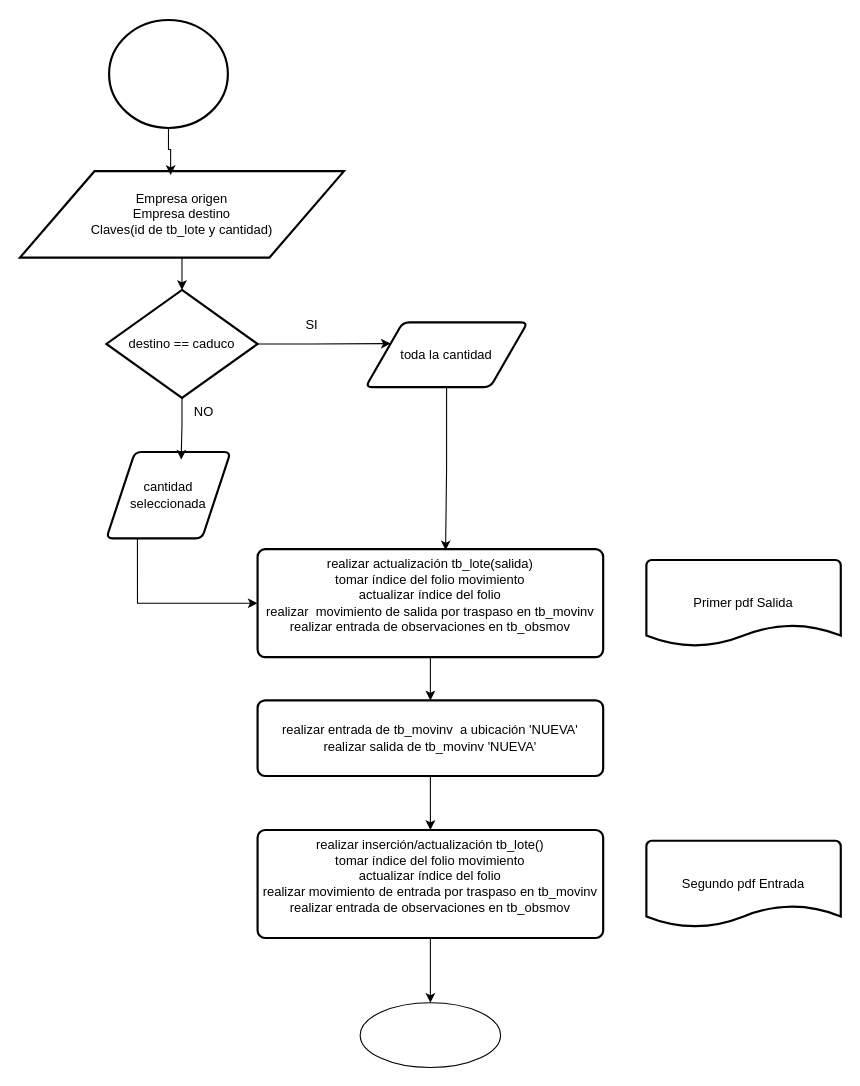
This is TraspasosEmpresa.drawio from ErnestoDanielTafoyaMolinaCYM/clases-cat-cym, a draw.io file, before an edit. Source tidied: cells renumbered, new cells numbered last; positions are measured from the earlier drawing's top-left corner, leaving out a move shared by most shapes. Both pictures are drawn from the tidied source at 108%, with x=0, y=0 at pixel (19, 19).
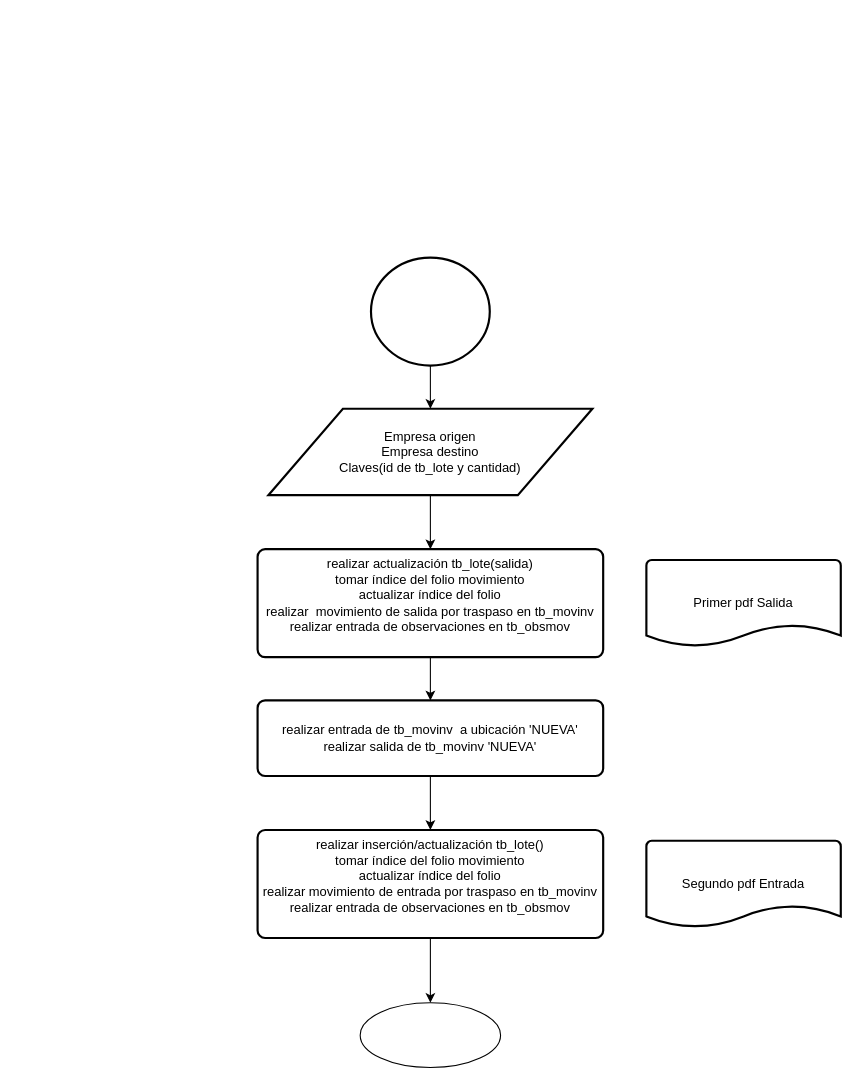
Above is the later version.

Unchanged cells that the change refers to:
```xml
<mxCell id="4" value="realizar actualización tb_lote(salida)&lt;div&gt;tomar índice del folio movimiento&lt;/div&gt;&lt;div&gt;actualizar índice del folio&lt;br&gt;&lt;div&gt;realizar&amp;nbsp; movimiento de salida por traspaso en tb_movinv&lt;/div&gt;&lt;div&gt;realizar entrada de observaciones en tb_obsmov&lt;/div&gt;&lt;div&gt;&lt;br&gt;&lt;/div&gt;&lt;/div&gt;" style="rounded=1;whiteSpace=wrap;html=1;absoluteArcSize=1;arcSize=14;strokeWidth=2;" parent="1" vertex="1">
  <mxGeometry x="220" y="490" width="320" height="100" as="geometry" />
</mxCell>
```

The edit, as a diff of the source:
```diff
@@
+    <mxCell id="6" style="edgeStyle=orthogonalEdgeStyle;rounded=0;jettySize=auto;html=1;" parent="1" edge="1" source="2" target="5">
+      <mxGeometry relative="1" as="geometry" />
+    </mxCell>
     <mxCell id="2" style="strokeWidth=2;html=1;shape=mxgraph.flowchart.start_2;whiteSpace=wrap;" parent="1" vertex="1">
-      <mxGeometry x="82.5" width="110" height="100" as="geometry" />
+      <mxGeometry x="325" y="220" width="110" height="100" as="geometry" />
     </mxCell>
@@
     <mxCell id="5" value="Empresa origen&lt;div&gt;Empresa destino&lt;/div&gt;&lt;div&gt;Claves(id de tb_lote y cantidad)&lt;/div&gt;" style="shape=parallelogram;html=1;strokeWidth=2;perimeter=parallelogramPerimeter;whiteSpace=wrap;rounded=1;arcSize=0;size=0.23;" parent="1" vertex="1">
-      <mxGeometry y="140" width="300" height="80" as="geometry" />
+      <mxGeometry x="230" y="360" width="300" height="80" as="geometry" />
     </mxCell>
-    <mxCell id="6" style="edgeStyle=orthogonalEdgeStyle;rounded=0;jettySize=auto;html=1;exitX=0.5;exitY=1;exitDx=0;exitDy=0;exitPerimeter=0;entryX=0.465;entryY=0.043;entryDx=0;entryDy=0;entryPerimeter=0;" parent="1" edge="1" source="2" target="5">
-      <mxGeometry relative="1" as="geometry" />
-    </mxCell>
@@
-    <mxCell id="10" style="edgeStyle=orthogonalEdgeStyle;rounded=0;jettySize=auto;html=1;exitX=1;exitY=0.5;exitDx=0;exitDy=0;exitPerimeter=0;entryX=0;entryY=0.25;entryDx=0;entryDy=0;" parent="1" edge="1" source="11" target="13">
-      <mxGeometry relative="1" as="geometry" />
-    </mxCell>
-    <mxCell id="11" value="destino == caduco" style="strokeWidth=2;html=1;shape=mxgraph.flowchart.decision;whiteSpace=wrap;" parent="1" vertex="1">
-      <mxGeometry x="80" y="250" width="140" height="100" as="geometry" />
-    </mxCell>
-    <mxCell id="12" style="edgeStyle=orthogonalEdgeStyle;rounded=0;jettySize=auto;html=1;exitX=0.5;exitY=1;exitDx=0;exitDy=0;entryX=0.5;entryY=0;entryDx=0;entryDy=0;entryPerimeter=0;" parent="1" edge="1" source="5" target="11">
-      <mxGeometry relative="1" as="geometry" />
-    </mxCell>
-    <mxCell id="13" value="toda la cantidad" style="shape=parallelogram;html=1;strokeWidth=2;perimeter=parallelogramPerimeter;whiteSpace=wrap;rounded=1;arcSize=12;size=0.23;" parent="1" vertex="1">
-      <mxGeometry x="320" y="280" width="150" height="60" as="geometry" />
-    </mxCell>
-    <mxCell id="14" style="edgeStyle=orthogonalEdgeStyle;rounded=0;jettySize=auto;html=1;exitX=0.25;exitY=1;exitDx=0;exitDy=0;entryX=0;entryY=0.5;entryDx=0;entryDy=0;" parent="1" edge="1" source="15" target="4">
-      <mxGeometry relative="1" as="geometry" />
-    </mxCell>
-    <mxCell id="15" value="cantidad seleccionada" style="shape=parallelogram;html=1;strokeWidth=2;perimeter=parallelogramPerimeter;whiteSpace=wrap;rounded=1;arcSize=12;size=0.23;" parent="1" vertex="1">
-      <mxGeometry x="80" y="400" width="115" height="80" as="geometry" />
-    </mxCell>
-    <mxCell id="16" value="SI" style="text;html=1;align=center;verticalAlign=middle;strokeColor=none;fillColor=none;" parent="1" vertex="1">
-      <mxGeometry x="255" y="268" width="30" height="30" as="geometry" />
-    </mxCell>
-    <mxCell id="17" style="edgeStyle=orthogonalEdgeStyle;rounded=0;jettySize=auto;html=1;exitX=0.5;exitY=1;exitDx=0;exitDy=0;exitPerimeter=0;entryX=0.602;entryY=0.087;entryDx=0;entryDy=0;entryPerimeter=0;" parent="1" edge="1" source="11" target="15">
-      <mxGeometry relative="1" as="geometry" />
-    </mxCell>
-    <mxCell id="18" value="NO" style="text;html=1;align=center;verticalAlign=middle;strokeColor=none;fillColor=none;" parent="1" vertex="1">
-      <mxGeometry x="150" y="348" width="40" height="30" as="geometry" />
-    </mxCell>
-    <mxCell id="19" style="edgeStyle=orthogonalEdgeStyle;rounded=0;jettySize=auto;html=1;exitX=0.5;exitY=1;exitDx=0;exitDy=0;entryX=0.544;entryY=0.01;entryDx=0;entryDy=0;entryPerimeter=0;" parent="1" edge="1" source="13" target="4">
-      <mxGeometry relative="1" as="geometry" />
-    </mxCell>
@@
+    <mxCell id="24" style="edgeStyle=orthogonalEdgeStyle;rounded=0;jettySize=auto;html=1;exitX=0.5;exitY=1;exitDx=0;exitDy=0;entryX=0.5;entryY=0;entryDx=0;entryDy=0;" parent="1" edge="1" source="5" target="4">
+      <mxGeometry relative="1" as="geometry" />
+    </mxCell>
```
